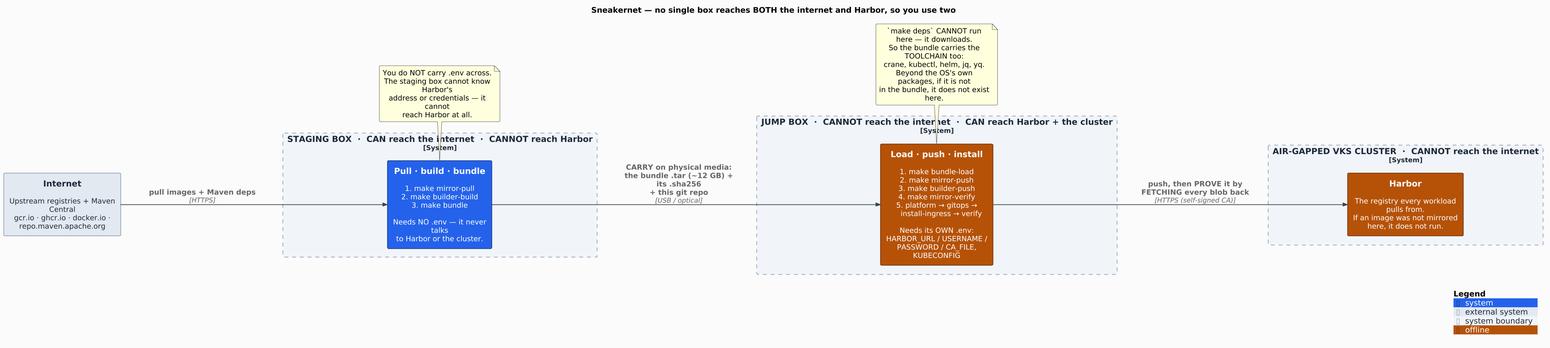
This is docs/diagrams/out/sneakernet.png from AndriyKalashnykov/vks-airgap-cicd, a PlantUML export, as it was before one commit. Source of this version:
```plantuml
@startuml sneakernet
!include c4/C4_Context.puml
!include _style.puml
LAYOUT_LEFT_RIGHT()

title Sneakernet — no single box reaches BOTH the internet and Harbor, so you use two

AddElementTag("offline", $fontColor="#FFFFFF", $bgColor="#B45309", $borderColor="#78350F")

System_Ext(net, "Internet", "Upstream registries + Maven Central\ngcr.io · ghcr.io · docker.io · repo.maven.apache.org")

System_Boundary(stagez, "STAGING BOX  ·  CAN reach the internet  ·  CANNOT reach Harbor") {
  System(stage, "Pull · build · bundle", "1. make mirror-pull\n2. make builder-build\n3. make bundle\n\nNeeds NO .env — it never talks\nto Harbor or the cluster.")
}

System_Boundary(jbz, "JUMP BOX  ·  CANNOT reach the internet  ·  CAN reach Harbor + the cluster") {
  System(jb, "Load · push · install", "1. make bundle-load\n2. make mirror-push\n3. make builder-push\n4. make mirror-verify\n5. platform → gitops →\n    install-ingress → verify\n\nNeeds its OWN .env:\nHARBOR_URL / USERNAME /\nPASSWORD / CA_FILE, KUBECONFIG", $tags="offline")
}

System_Boundary(agz, "AIR-GAPPED VKS CLUSTER  ·  CANNOT reach the internet") {
  System(harbor, "Harbor", "The registry every workload pulls from.\nIf an image was not mirrored here, it does not run.", $tags="offline")
}

Rel(net, stage, "pull images + Maven deps", "HTTPS")
Rel(stage, jb, "CARRY on physical media:\nthe bundle .tar (~12 GB) + its .sha256\n+ this git repo", "USB / optical")
Rel(jb, harbor, "push, then PROVE it by\nFETCHING every blob back", "HTTPS (self-signed CA)")

note bottom of stage
  You do NOT carry .env across.
  The staging box cannot know Harbor's
  address or credentials — it cannot
  reach Harbor at all.
end note

note bottom of jb
  `make deps` CANNOT run here — it downloads.
  So the bundle carries the TOOLCHAIN too:
  crane, kubectl, helm, jq, yq.
  Beyond the OS's own packages, if it is not
  in the bundle, it does not exist here.
end note

SHOW_LEGEND()
@enduml
```
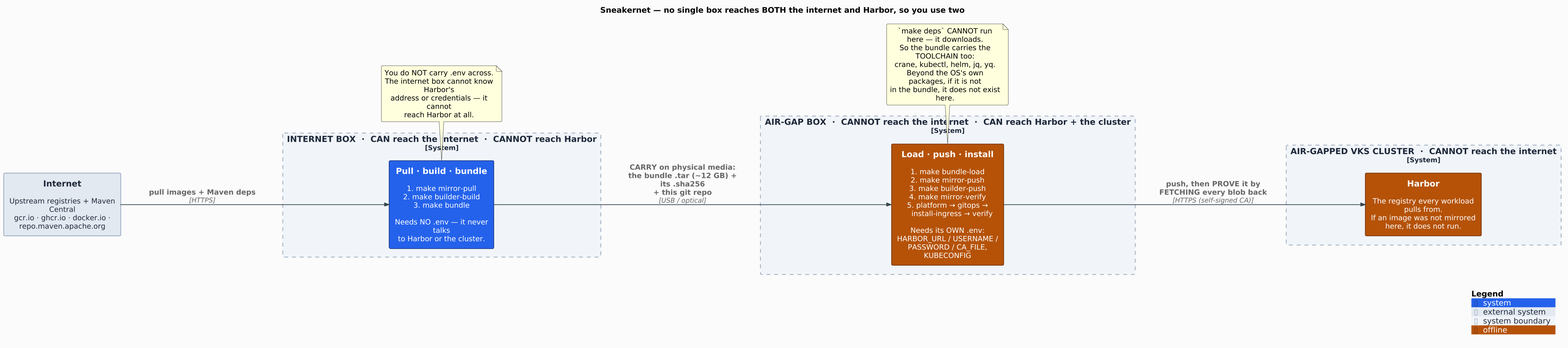
After the change.

Commit message:
docs: reconcile 'jump box' naming inversion at its source in sneakernet (B59) (#417)

What changed in the source:
```diff
@@ -9,11 +9,11 @@
 
 System_Ext(net, "Internet", "Upstream registries + Maven Central\ngcr.io · ghcr.io · docker.io · repo.maven.apache.org")
 
-System_Boundary(stagez, "STAGING BOX  ·  CAN reach the internet  ·  CANNOT reach Harbor") {
+System_Boundary(stagez, "INTERNET BOX  ·  CAN reach the internet  ·  CANNOT reach Harbor") {
   System(stage, "Pull · build · bundle", "1. make mirror-pull\n2. make builder-build\n3. make bundle\n\nNeeds NO .env — it never talks\nto Harbor or the cluster.")
 }
 
-System_Boundary(jbz, "JUMP BOX  ·  CANNOT reach the internet  ·  CAN reach Harbor + the cluster") {
+System_Boundary(jbz, "AIR-GAP BOX  ·  CANNOT reach the internet  ·  CAN reach Harbor + the cluster") {
   System(jb, "Load · push · install", "1. make bundle-load\n2. make mirror-push\n3. make builder-push\n4. make mirror-verify\n5. platform → gitops →\n    install-ingress → verify\n\nNeeds its OWN .env:\nHARBOR_URL / USERNAME /\nPASSWORD / CA_FILE, KUBECONFIG", $tags="offline")
 }
 
@@ -27,7 +27,7 @@
 
 note bottom of stage
   You do NOT carry .env across.
-  The staging box cannot know Harbor's
+  The internet box cannot know Harbor's
   address or credentials — it cannot
   reach Harbor at all.
 end note
```
